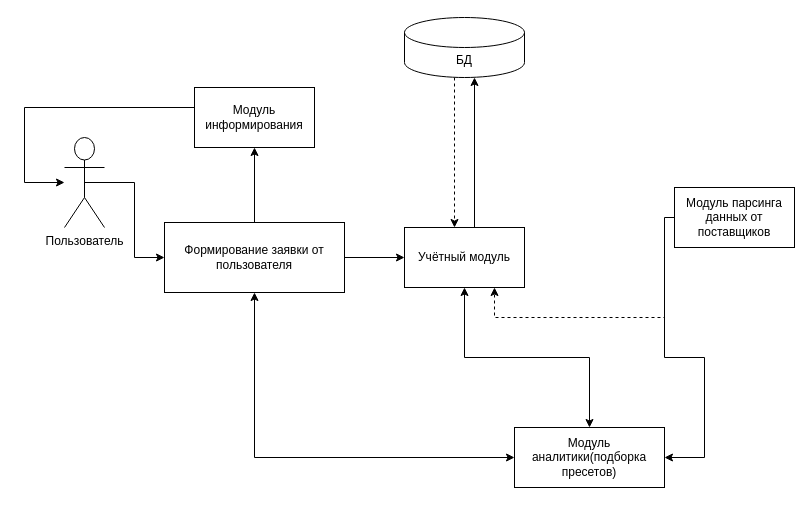
Before: diagrams/diagram.drawio in Mak3nt0sh1/AutoTransport, a draw.io diagram. Source tidied: cells renumbered, new cells numbered last; positions are measured from the earlier drawing's top-left corner, leaving out a move shared by most shapes. Both pictures are drawn from the tidied source at 100%, with x=0, y=0 at pixel (24, 17).
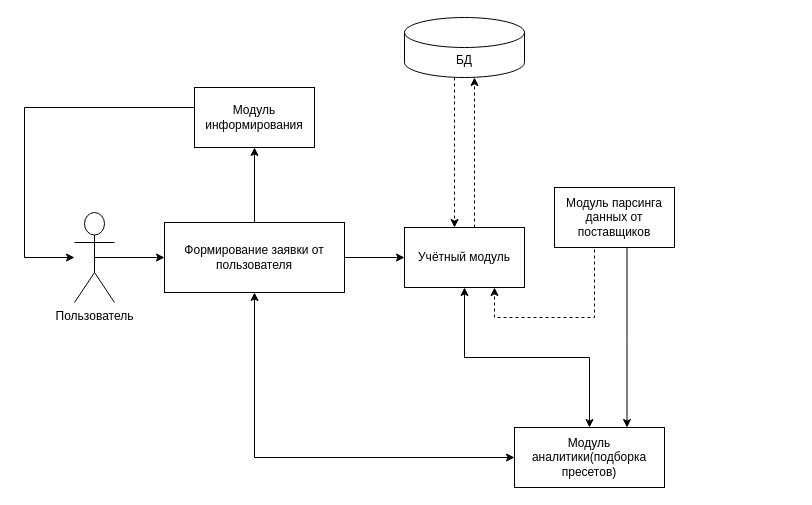
After the change.

Unchanged cells that the change refers to:
```xml
<mxCell id="9" value="Учётный модуль" style="rounded=0;whiteSpace=wrap;html=1;" parent="1" vertex="1">
  <mxGeometry x="380" y="210" width="120" height="60" as="geometry" />
</mxCell>
<mxCell id="16" value="Модуль аналитики(подборка пресетов)" style="whiteSpace=wrap;html=1;rounded=0;" parent="1" vertex="1">
  <mxGeometry x="490" y="410" width="150" height="60" as="geometry" />
</mxCell>
<mxCell id="18" value="Модуль информирования" style="whiteSpace=wrap;html=1;rounded=0;" parent="1" vertex="1">
  <mxGeometry x="170" y="70" width="120" height="60" as="geometry" />
</mxCell>
```

What changed in the source:
```diff
@@
     <mxCell id="3" value="Пользователь" style="shape=umlActor;verticalLabelPosition=bottom;verticalAlign=top;html=1;outlineConnect=0;" parent="1" vertex="1">
-      <mxGeometry x="40" y="120" width="40" height="90" as="geometry" />
+      <mxGeometry x="50" y="195" width="40" height="90" as="geometry" />
     </mxCell>
@@
-    <mxCell id="10" style="edgeStyle=orthogonalEdgeStyle;rounded=0;jettySize=auto;html=1;dashed=1;" parent="1" edge="1" source="12">
+    <mxCell id="10" style="edgeStyle=orthogonalEdgeStyle;rounded=0;jettySize=auto;html=1;dashed=1;exitX=0.25;exitY=1;exitDx=0;exitDy=0;" parent="1" edge="1" source="12">
       <mxGeometry relative="1" as="geometry">
         <mxPoint x="470" y="270" as="targetPoint" />
         <Array as="points">
-          <mxPoint x="640" y="300" />
+          <mxPoint x="570" y="300" />
           <mxPoint x="470" y="300" />
         </Array>
       </mxGeometry>
     </mxCell>
-    <mxCell id="11" style="edgeStyle=orthogonalEdgeStyle;rounded=0;jettySize=auto;html=1;" parent="1" edge="1" source="12" target="16">
+    <mxCell id="11" style="edgeStyle=orthogonalEdgeStyle;rounded=0;jettySize=auto;html=1;entryX=0.75;entryY=0;entryDx=0;entryDy=0;" parent="1" edge="1" source="12" target="16">
       <mxGeometry relative="1" as="geometry">
         <Array as="points">
-          <mxPoint x="640" y="340" />
-          <mxPoint x="680" y="340" />
-          <mxPoint x="680" y="440" />
+          <mxPoint x="603" y="320" />
         </Array>
       </mxGeometry>
     </mxCell>
     <mxCell id="12" value="Модуль парсинга данных от поставщиков" style="whiteSpace=wrap;html=1;rounded=0;" parent="1" vertex="1">
-      <mxGeometry x="650" y="170" width="120" height="60" as="geometry" />
+      <mxGeometry x="530" y="170" width="120" height="60" as="geometry" />
     </mxCell>
@@
-    <mxCell id="15" style="edgeStyle=orthogonalEdgeStyle;rounded=0;jettySize=auto;html=1;" parent="1" edge="1" source="9">
+    <mxCell id="15" style="edgeStyle=orthogonalEdgeStyle;rounded=0;jettySize=auto;html=1;dashed=1;" parent="1" edge="1" source="9">
       <mxGeometry relative="1" as="geometry">
         <mxPoint x="450" y="60" as="targetPoint" />
         <Array as="points">
           <mxPoint x="450" y="61" />
         </Array>
       </mxGeometry>
     </mxCell>
@@
     <mxCell id="17" style="edgeStyle=orthogonalEdgeStyle;rounded=0;jettySize=auto;html=1;" parent="1" edge="1" source="18" target="3">
       <mxGeometry relative="1" as="geometry">
         <Array as="points">
           <mxPoint y="90" />
-          <mxPoint y="165" />
+          <mxPoint y="240" />
         </Array>
       </mxGeometry>
     </mxCell>
```
